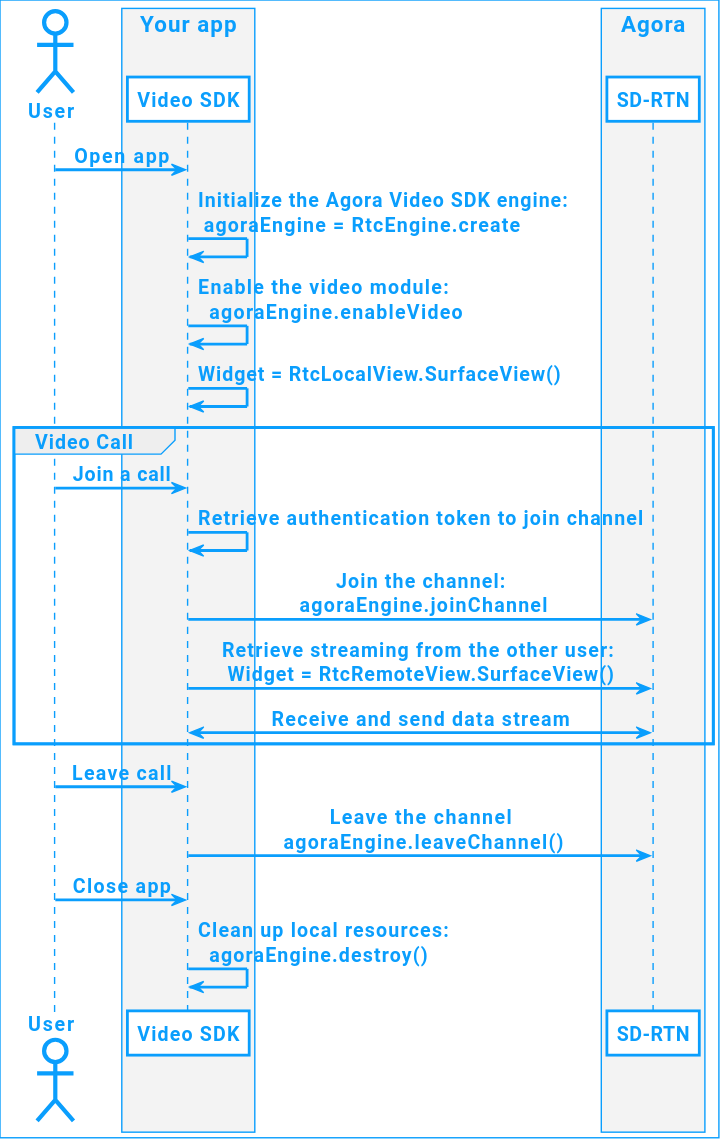
Earlier version of the PlantUML export assets/images/video-sdk/video-call-logic-flutter.svg (AgoraIO/Docs-Source).
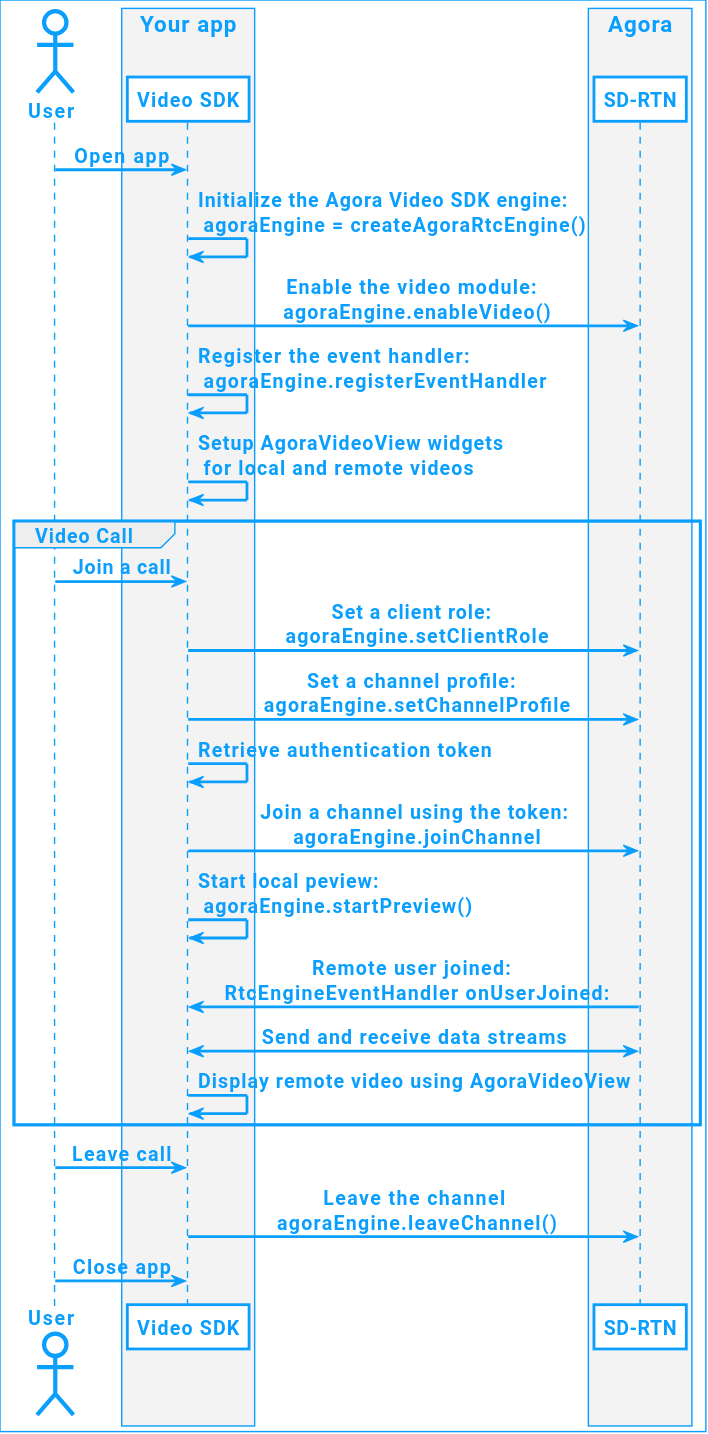
After the change.

Change to the diagram source:
```diff
@@ -1,4 +1,4 @@
-@startuml video-call-logic-flutter
+@startuml
 !include agora_skin.iuml
 
 actor "User" as USR
@@ -12,21 +12,25 @@
 end box
 
 USR -> APP: Open app
-APP -> APP: Initialize the Agora Video SDK engine: \n agoraEngine = RtcEngine.create
-APP -> APP: Enable the video module: \n  agoraEngine.enableVideo
-APP -> APP: Widget = RtcLocalView.SurfaceView()
+APP -> APP: Initialize the Agora Video SDK engine: \n agoraEngine = createAgoraRtcEngine()
+APP -> API: Enable the video module: \n agoraEngine.enableVideo()
+APP -> APP: Register the event handler: \n agoraEngine.registerEventHandler
+APP -> APP: Setup AgoraVideoView widgets \n for local and remote videos
 
 group Video Call
 USR -> APP: Join a call
-APP->APP: Retrieve authentication token to join channel
-APP -> API: Join the channel:\n agoraEngine.joinChannel
-APP -> API: Retrieve streaming from the other user: \nWidget = RtcRemoteView.SurfaceView()
-API <-> APP: Receive and send data stream
+APP -> API: Set a client role: \n agoraEngine.setClientRole
+APP -> API: Set a channel profile: \n agoraEngine.setChannelProfile
+APP -> APP: Retrieve authentication token
+APP -> API: Join a channel using the token:\n agoraEngine.joinChannel
+APP -> APP: Start local peview: \n agoraEngine.startPreview()
+APP <- API: Remote user joined: \n RtcEngineEventHandler onUserJoined:
+APP <-> API: Send and receive data streams
+APP -> APP: Display remote video using AgoraVideoView
 end
 
 USR -> APP: Leave call
 APP -> API: Leave the channel\n agoraEngine.leaveChannel()
 USR -> APP: Close app
-APP -> APP: Clean up local resources: \n  agoraEngine.destroy()
 
 @enduml
```
